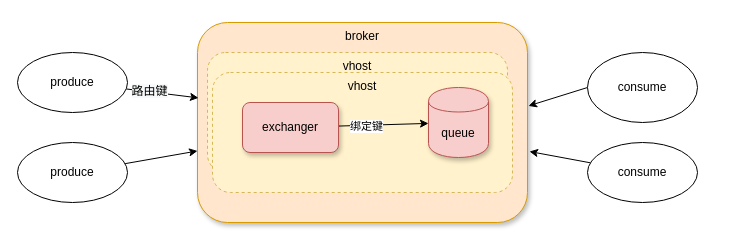
Before: rabbitmq.drawio in kekokele/test, a draw.io diagram. Source tidied: cells renumbered, new cells numbered last; positions are measured from the earlier drawing's top-left corner, leaving out a move shared by most shapes. Both pictures are drawn from the tidied source at 100%, with x=0, y=0 at pixel (17, 22).
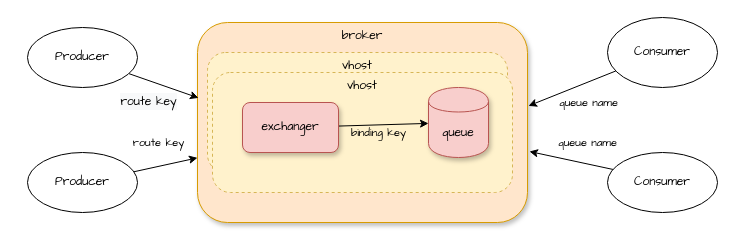
Above is the later version.

What changed in the source:
```diff
@@
-    <mxCell id="2" value="broker" style="rounded=1;whiteSpace=wrap;html=1;verticalAlign=top;fillColor=#ffe6cc;strokeColor=#d79b00;shadow=1;" parent="1" vertex="1">
+    <mxCell id="2" value="broker" style="rounded=1;whiteSpace=wrap;html=1;verticalAlign=top;fillColor=#ffe6cc;strokeColor=#d79b00;shadow=1;fontFamily=Comic Sans MS;" parent="1" vertex="1">
       <mxGeometry x="180" width="330" height="200" as="geometry" />
     </mxCell>
-    <mxCell id="3" value="vhost" style="rounded=1;whiteSpace=wrap;html=1;verticalAlign=top;fillColor=#fff2cc;strokeColor=#d6b656;dashed=1;" parent="1" vertex="1">
+    <mxCell id="3" value="vhost" style="rounded=1;whiteSpace=wrap;html=1;verticalAlign=top;fillColor=#fff2cc;strokeColor=#d6b656;dashed=1;fontFamily=Comic Sans MS;" parent="1" vertex="1">
       <mxGeometry x="190" y="30" width="300" height="120" as="geometry" />
     </mxCell>
-    <mxCell id="4" value="vhost" style="rounded=1;whiteSpace=wrap;html=1;verticalAlign=top;fillColor=#fff2cc;strokeColor=#d6b656;dashed=1;" parent="1" vertex="1">
+    <mxCell id="4" value="vhost" style="rounded=1;whiteSpace=wrap;html=1;verticalAlign=top;fillColor=#fff2cc;strokeColor=#d6b656;dashed=1;fontFamily=Comic Sans MS;" parent="1" vertex="1">
       <mxGeometry x="195" y="50" width="300" height="120" as="geometry" />
     </mxCell>
-    <mxCell id="5" style="rounded=0;jettySize=auto;html=1;entryX=0.003;entryY=0.377;entryDx=0;entryDy=0;entryPerimeter=0;" parent="1" edge="1" source="7" target="2">
+    <mxCell id="5" style="rounded=0;jettySize=auto;html=1;entryX=0.003;entryY=0.377;entryDx=0;entryDy=0;entryPerimeter=0;fontFamily=Comic Sans MS;" parent="1" edge="1" source="7" target="2">
       <mxGeometry relative="1" as="geometry" />
     </mxCell>
-    <mxCell id="6" value="&lt;span style=&quot;font-size: 12px ; background-color: rgb(248 , 249 , 250)&quot;&gt;路由键&lt;/span&gt;" style="edgeLabel;html=1;align=center;verticalAlign=middle;" parent="5" vertex="1">
-      <mxGeometry x="-0.37" y="1" relative="1" as="geometry" />
+    <mxCell id="6" value="&lt;span style=&quot;font-size: 12px ; background-color: rgb(248 , 249 , 250)&quot;&gt;route key&lt;/span&gt;" style="edgeLabel;html=1;align=center;verticalAlign=middle;fontFamily=Comic Sans MS;" parent="5" vertex="1">
+      <mxGeometry x="-0.37" y="1" relative="1" as="geometry">
+        <mxPoint x="-3.4" y="22.2" as="offset" />
+      </mxGeometry>
     </mxCell>
-    <mxCell id="7" value="produce" style="ellipse;whiteSpace=wrap;html=1;" parent="1" vertex="1">
-      <mxGeometry y="30" width="110" height="60" as="geometry" />
+    <mxCell id="7" value="Producer" style="ellipse;whiteSpace=wrap;html=1;fontFamily=Comic Sans MS;" parent="1" vertex="1">
+      <mxGeometry x="10" y="5" width="110" height="60" as="geometry" />
     </mxCell>
-    <mxCell id="8" style="edgeStyle=none;rounded=0;jettySize=auto;html=1;entryX=1.003;entryY=0.417;entryDx=0;entryDy=0;entryPerimeter=0;endArrow=classic;endFill=1;exitX=0;exitY=0.5;exitDx=0;exitDy=0;" parent="1" edge="1" source="9" target="2">
+    <mxCell id="8" style="edgeStyle=none;rounded=0;jettySize=auto;html=1;entryX=1.003;entryY=0.417;entryDx=0;entryDy=0;entryPerimeter=0;endArrow=classic;endFill=1;fontFamily=Comic Sans MS;" parent="1" edge="1" source="9" target="2">
       <mxGeometry relative="1" as="geometry" />
     </mxCell>
+    <mxCell id="18" value="queue name" style="edgeLabel;html=1;align=center;verticalAlign=middle;fontFamily=Comic Sans MS;labelBackgroundColor=none;" parent="8" vertex="1">
+      <mxGeometry x="-0.44" y="1" relative="1" as="geometry">
+        <mxPoint x="-4.5" y="20.9" as="offset" />
+      </mxGeometry>
+    </mxCell>
-    <mxCell id="9" value="consume" style="ellipse;whiteSpace=wrap;html=1;" parent="1" vertex="1">
-      <mxGeometry x="570" y="30" width="110" height="70" as="geometry" />
+    <mxCell id="9" value="Consumer" style="ellipse;whiteSpace=wrap;html=1;fontFamily=Comic Sans MS;" parent="1" vertex="1">
+      <mxGeometry x="590" y="-5" width="110" height="70" as="geometry" />
     </mxCell>
-    <mxCell id="10" style="edgeStyle=none;rounded=0;jettySize=auto;html=1;endArrow=classic;endFill=1;" parent="1" edge="1" source="12" target="13">
+    <mxCell id="10" style="edgeStyle=none;rounded=0;jettySize=auto;html=1;endArrow=classic;endFill=1;fontFamily=Comic Sans MS;" parent="1" edge="1" source="12" target="13">
       <mxGeometry relative="1" as="geometry" />
     </mxCell>
-    <mxCell id="11" value="绑定键" style="edgeLabel;html=1;align=center;verticalAlign=middle;" parent="10" vertex="1">
-      <mxGeometry x="-0.4" y="-1" relative="1" as="geometry" />
+    <mxCell id="11" value="binding key" style="edgeLabel;html=1;align=center;verticalAlign=middle;fontFamily=Comic Sans MS;labelBackgroundColor=none;" parent="10" vertex="1">
+      <mxGeometry x="-0.4" y="-1" relative="1" as="geometry">
+        <mxPoint x="12" y="6.2" as="offset" />
+      </mxGeometry>
     </mxCell>
-    <mxCell id="12" value="exchanger" style="rounded=1;whiteSpace=wrap;html=1;fillColor=#f8cecc;strokeColor=#b85450;shadow=1;" parent="1" vertex="1">
+    <mxCell id="12" value="exchanger" style="rounded=1;whiteSpace=wrap;html=1;fillColor=#f8cecc;strokeColor=#b85450;shadow=1;fontFamily=Comic Sans MS;" parent="1" vertex="1">
       <mxGeometry x="225" y="80" width="96" height="50" as="geometry" />
     </mxCell>
-    <mxCell id="13" value="queue" style="shape=cylinder;whiteSpace=wrap;html=1;boundedLbl=1;backgroundOutline=1;fillColor=#f8cecc;strokeColor=#b85450;shadow=1;" parent="1" vertex="1">
+    <mxCell id="13" value="queue" style="shape=cylinder;whiteSpace=wrap;html=1;boundedLbl=1;backgroundOutline=1;fillColor=#f8cecc;strokeColor=#b85450;shadow=1;fontFamily=Comic Sans MS;" parent="1" vertex="1">
       <mxGeometry x="411" y="65" width="60" height="70" as="geometry" />
     </mxCell>
-    <mxCell id="14" style="edgeStyle=none;rounded=0;jettySize=auto;html=1;entryX=1.006;entryY=0.645;entryDx=0;entryDy=0;entryPerimeter=0;endArrow=classic;endFill=1;" parent="1" edge="1" source="15" target="2">
+    <mxCell id="14" style="edgeStyle=none;rounded=0;jettySize=auto;html=1;entryX=1.006;entryY=0.645;entryDx=0;entryDy=0;entryPerimeter=0;endArrow=classic;endFill=1;fontFamily=Comic Sans MS;exitX=0.069;exitY=0.29;exitDx=0;exitDy=0;exitPerimeter=0;" parent="1" edge="1" source="15" target="2">
       <mxGeometry relative="1" as="geometry" />
     </mxCell>
+    <mxCell id="19" value="queue name" style="edgeLabel;html=1;align=center;verticalAlign=middle;fontFamily=Comic Sans MS;" parent="14" vertex="1">
+      <mxGeometry x="-0.58" y="1" relative="1" as="geometry">
+        <mxPoint x="-9.8" y="-24.6" as="offset" />
+      </mxGeometry>
+    </mxCell>
-    <mxCell id="15" value="consume" style="ellipse;whiteSpace=wrap;html=1;" parent="1" vertex="1">
-      <mxGeometry x="570" y="120" width="110" height="60" as="geometry" />
+    <mxCell id="15" value="Consumer" style="ellipse;whiteSpace=wrap;html=1;fontFamily=Comic Sans MS;" parent="1" vertex="1">
+      <mxGeometry x="590" y="130" width="110" height="60" as="geometry" />
     </mxCell>
-    <mxCell id="16" style="edgeStyle=none;rounded=0;jettySize=auto;html=1;endArrow=classic;endFill=1;" parent="1" edge="1" source="17" target="2">
+    <mxCell id="16" style="edgeStyle=none;rounded=0;jettySize=auto;html=1;endArrow=classic;endFill=1;fontFamily=Comic Sans MS;" parent="1" edge="1" source="17" target="2">
       <mxGeometry relative="1" as="geometry" />
     </mxCell>
+    <mxCell id="20" value="route key" style="edgeLabel;html=1;align=center;verticalAlign=middle;fontFamily=Comic Sans MS;" parent="16" vertex="1">
+      <mxGeometry x="-0.3" y="1" relative="1" as="geometry">
+        <mxPoint x="1.4" y="-23.4" as="offset" />
+      </mxGeometry>
+    </mxCell>
-    <mxCell id="17" value="produce" style="ellipse;whiteSpace=wrap;html=1;" parent="1" vertex="1">
-      <mxGeometry y="120" width="110" height="60" as="geometry" />
+    <mxCell id="17" value="Producer" style="ellipse;whiteSpace=wrap;html=1;fontFamily=Comic Sans MS;" parent="1" vertex="1">
+      <mxGeometry x="10" y="130" width="110" height="60" as="geometry" />
     </mxCell>
```
